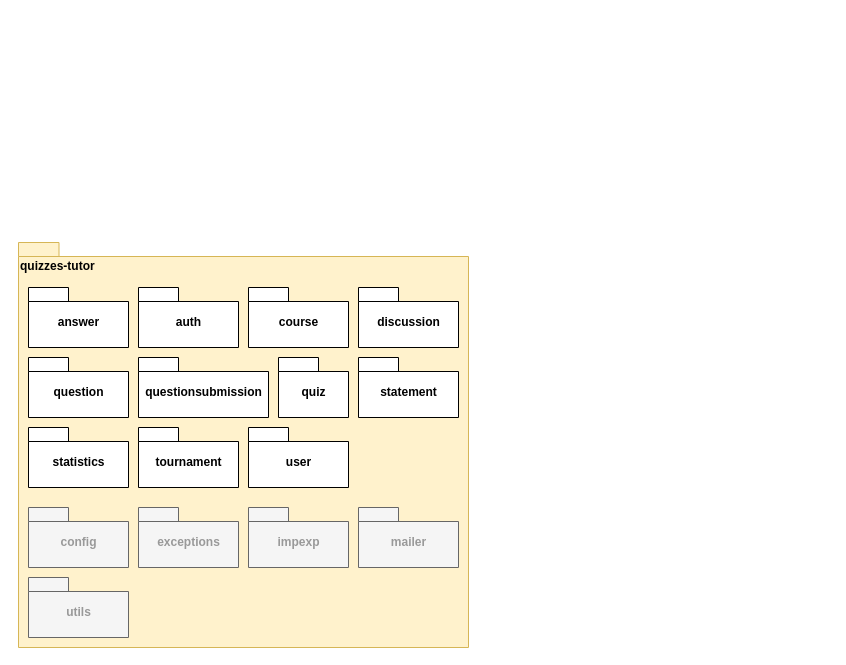
This is documentation/draw.io projects/Decomposition View Primary Presentation.drawio from dmmnjaws/ASoft-2020-2021-quizzes-tutor-arquitecture-documentation, a draw.io file, before an edit. Source tidied: cells renumbered, new cells numbered last; positions are measured from the earlier drawing's top-left corner, leaving out a move shared by most shapes. Both pictures are drawn from the tidied source at 100%, with x=0, y=0 at pixel (18, 242).
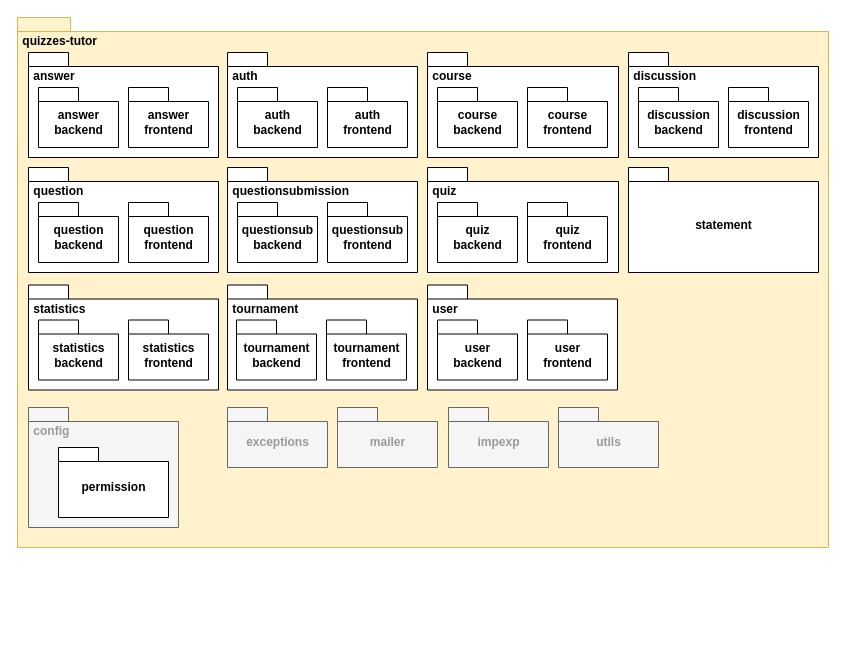
The same diagram, later.

Commit message (it also covers changes not shown here):
Update decomposition view. Added notes.

Change to the diagram source:
```diff
@@
-    <mxCell id="2" value="quizzes-tutor" style="shape=folder;fontStyle=1;spacingTop=10;tabWidth=40;tabHeight=14;tabPosition=left;html=1;labelPosition=center;verticalLabelPosition=middle;align=left;verticalAlign=top;fillColor=#fff2cc;strokeColor=#d6b656;" parent="1" vertex="1">
-      <mxGeometry width="450" height="405" as="geometry" />
+    <mxCell id="2" value="&amp;nbsp;quizzes-tutor" style="shape=folder;fontStyle=1;spacingTop=10;tabWidth=40;tabHeight=14;tabPosition=left;html=1;labelPosition=center;verticalLabelPosition=middle;align=left;verticalAlign=top;fillColor=#fff2cc;strokeColor=#d6b656;" parent="1" vertex="1">
+      <mxGeometry x="-1" y="-225" width="811" height="530" as="geometry" />
     </mxCell>
-    <mxCell id="3" value="answer" style="shape=folder;fontStyle=1;spacingTop=10;tabWidth=40;tabHeight=14;tabPosition=left;html=1;align=center;verticalAlign=middle;" parent="1" vertex="1">
-      <mxGeometry x="10" y="45" width="100" height="60" as="geometry" />
+    <mxCell id="3" value="&amp;nbsp;answer" style="shape=folder;fontStyle=1;spacingTop=10;tabWidth=40;tabHeight=14;tabPosition=left;html=1;align=left;verticalAlign=top;" parent="1" vertex="1">
+      <mxGeometry x="10" y="-190" width="190" height="105" as="geometry" />
     </mxCell>
-    <mxCell id="4" value="auth" style="shape=folder;fontStyle=1;spacingTop=10;tabWidth=40;tabHeight=14;tabPosition=left;html=1;align=center;verticalAlign=middle;" parent="1" vertex="1">
-      <mxGeometry x="120" y="45" width="100" height="60" as="geometry" />
+    <mxCell id="4" value="&amp;nbsp;auth" style="shape=folder;fontStyle=1;spacingTop=10;tabWidth=40;tabHeight=14;tabPosition=left;html=1;align=left;verticalAlign=top;" parent="1" vertex="1">
+      <mxGeometry x="209" y="-190" width="190" height="105" as="geometry" />
     </mxCell>
-    <mxCell id="5" value="config" style="shape=folder;fontStyle=1;spacingTop=10;tabWidth=40;tabHeight=14;tabPosition=left;html=1;align=center;verticalAlign=middle;fillColor=#f5f5f5;strokeColor=#666666;fontColor=#999999;" parent="1" vertex="1">
-      <mxGeometry x="10" y="265" width="100" height="60" as="geometry" />
+    <mxCell id="5" value="&amp;nbsp;config" style="shape=folder;fontStyle=1;spacingTop=10;tabWidth=40;tabHeight=14;tabPosition=left;html=1;align=left;verticalAlign=top;fillColor=#f5f5f5;strokeColor=#666666;fontColor=#999999;" parent="1" vertex="1">
+      <mxGeometry x="10" y="165" width="150" height="120" as="geometry" />
     </mxCell>
-    <mxCell id="6" value="course" style="shape=folder;fontStyle=1;spacingTop=10;tabWidth=40;tabHeight=14;tabPosition=left;html=1;align=center;verticalAlign=middle;" parent="1" vertex="1">
-      <mxGeometry x="230" y="45" width="100" height="60" as="geometry" />
+    <mxCell id="6" value="&amp;nbsp;course" style="shape=folder;fontStyle=1;spacingTop=10;tabWidth=40;tabHeight=14;tabPosition=left;html=1;align=left;verticalAlign=top;" parent="1" vertex="1">
+      <mxGeometry x="409" y="-190" width="191" height="105" as="geometry" />
     </mxCell>
-    <mxCell id="7" value="discussion" style="shape=folder;fontStyle=1;spacingTop=10;tabWidth=40;tabHeight=14;tabPosition=left;html=1;align=center;verticalAlign=middle;" parent="1" vertex="1">
-      <mxGeometry x="340" y="45" width="100" height="60" as="geometry" />
-    </mxCell>
     <mxCell id="8" value="exceptions" style="shape=folder;fontStyle=1;spacingTop=10;tabWidth=40;tabHeight=14;tabPosition=left;html=1;align=center;verticalAlign=middle;fillColor=#f5f5f5;strokeColor=#666666;fontColor=#999999;" parent="1" vertex="1">
-      <mxGeometry x="120" y="265" width="100" height="60" as="geometry" />
+      <mxGeometry x="209" y="165" width="100" height="60" as="geometry" />
     </mxCell>
     <mxCell id="9" value="impexp" style="shape=folder;fontStyle=1;spacingTop=10;tabWidth=40;tabHeight=14;tabPosition=left;html=1;align=center;verticalAlign=middle;fillColor=#f5f5f5;strokeColor=#666666;fontColor=#999999;" parent="1" vertex="1">
-      <mxGeometry x="230" y="265" width="100" height="60" as="geometry" />
+      <mxGeometry x="430" y="165" width="100" height="60" as="geometry" />
     </mxCell>
     <mxCell id="10" value="mailer" style="shape=folder;fontStyle=1;spacingTop=10;tabWidth=40;tabHeight=14;tabPosition=left;html=1;align=center;verticalAlign=middle;fillColor=#f5f5f5;strokeColor=#666666;fontColor=#999999;" parent="1" vertex="1">
-      <mxGeometry x="340" y="265" width="100" height="60" as="geometry" />
+      <mxGeometry x="319" y="165" width="100" height="60" as="geometry" />
     </mxCell>
-    <mxCell id="11" value="question" style="shape=folder;fontStyle=1;spacingTop=10;tabWidth=40;tabHeight=14;tabPosition=left;html=1;align=center;verticalAlign=middle;" parent="1" vertex="1">
-      <mxGeometry x="10" y="115" width="100" height="60" as="geometry" />
-    </mxCell>
-    <mxCell id="12" value="questionsubmission" style="shape=folder;fontStyle=1;spacingTop=10;tabWidth=40;tabHeight=14;tabPosition=left;html=1;align=center;verticalAlign=middle;" parent="1" vertex="1">
-      <mxGeometry x="120" y="115" width="130" height="60" as="geometry" />
-    </mxCell>
-    <mxCell id="13" value="quiz" style="shape=folder;fontStyle=1;spacingTop=10;tabWidth=40;tabHeight=14;tabPosition=left;html=1;align=center;verticalAlign=middle;" parent="1" vertex="1">
-      <mxGeometry x="260" y="115" width="70" height="60" as="geometry" />
-    </mxCell>
-    <mxCell id="14" value="statement" style="shape=folder;fontStyle=1;spacingTop=10;tabWidth=40;tabHeight=14;tabPosition=left;html=1;align=center;verticalAlign=middle;" parent="1" vertex="1">
-      <mxGeometry x="340" y="115" width="100" height="60" as="geometry" />
-    </mxCell>
-    <mxCell id="15" value="statistics" style="shape=folder;fontStyle=1;spacingTop=10;tabWidth=40;tabHeight=14;tabPosition=left;html=1;align=center;verticalAlign=middle;" parent="1" vertex="1">
-      <mxGeometry x="10" y="185" width="100" height="60" as="geometry" />
-    </mxCell>
-    <mxCell id="16" value="tournament" style="shape=folder;fontStyle=1;spacingTop=10;tabWidth=40;tabHeight=14;tabPosition=left;html=1;align=center;verticalAlign=middle;" parent="1" vertex="1">
-      <mxGeometry x="120" y="185" width="100" height="60" as="geometry" />
-    </mxCell>
-    <mxCell id="17" value="user" style="shape=folder;fontStyle=1;spacingTop=10;tabWidth=40;tabHeight=14;tabPosition=left;html=1;align=center;verticalAlign=middle;" parent="1" vertex="1">
-      <mxGeometry x="230" y="185" width="100" height="60" as="geometry" />
-    </mxCell>
     <mxCell id="18" value="utils" style="shape=folder;fontStyle=1;spacingTop=10;tabWidth=40;tabHeight=14;tabPosition=left;html=1;align=center;verticalAlign=middle;fillColor=#f5f5f5;strokeColor=#666666;fontColor=#999999;" parent="1" vertex="1">
-      <mxGeometry x="10" y="335" width="100" height="60" as="geometry" />
+      <mxGeometry x="540" y="165" width="100" height="60" as="geometry" />
     </mxCell>
@@
+    <mxCell id="20" value="auth&lt;br&gt;backend" style="shape=folder;fontStyle=1;spacingTop=10;tabWidth=40;tabHeight=14;tabPosition=left;html=1;align=center;verticalAlign=middle;" parent="1" vertex="1">
+      <mxGeometry x="219" y="-155" width="80" height="60" as="geometry" />
+    </mxCell>
+    <mxCell id="21" value="auth&lt;br&gt;frontend" style="shape=folder;fontStyle=1;spacingTop=10;tabWidth=40;tabHeight=14;tabPosition=left;html=1;align=center;verticalAlign=middle;" parent="1" vertex="1">
+      <mxGeometry x="309" y="-155" width="80" height="60" as="geometry" />
+    </mxCell>
+    <mxCell id="22" value="course&lt;br&gt;backend" style="shape=folder;fontStyle=1;spacingTop=10;tabWidth=40;tabHeight=14;tabPosition=left;html=1;align=center;verticalAlign=middle;" parent="1" vertex="1">
+      <mxGeometry x="419" y="-155" width="80" height="60" as="geometry" />
+    </mxCell>
+    <mxCell id="23" value="course&lt;br&gt;frontend" style="shape=folder;fontStyle=1;spacingTop=10;tabWidth=40;tabHeight=14;tabPosition=left;html=1;align=center;verticalAlign=middle;" parent="1" vertex="1">
+      <mxGeometry x="509" y="-155" width="80" height="60" as="geometry" />
+    </mxCell>
+    <mxCell id="24" value="answer&lt;br&gt;backend" style="shape=folder;fontStyle=1;spacingTop=10;tabWidth=40;tabHeight=14;tabPosition=left;html=1;align=center;verticalAlign=middle;" parent="1" vertex="1">
+      <mxGeometry x="20" y="-155" width="80" height="60" as="geometry" />
+    </mxCell>
+    <mxCell id="25" value="answer&lt;br&gt;frontend" style="shape=folder;fontStyle=1;spacingTop=10;tabWidth=40;tabHeight=14;tabPosition=left;html=1;align=center;verticalAlign=middle;" parent="1" vertex="1">
+      <mxGeometry x="110" y="-155" width="80" height="60" as="geometry" />
+    </mxCell>
+    <mxCell id="11" value="&amp;nbsp;question" style="shape=folder;fontStyle=1;spacingTop=10;tabWidth=40;tabHeight=14;tabPosition=left;html=1;align=left;verticalAlign=top;" parent="1" vertex="1">
+      <mxGeometry x="10" y="-75" width="190" height="105" as="geometry" />
+    </mxCell>
+    <mxCell id="26" value="question&lt;br&gt;backend" style="shape=folder;fontStyle=1;spacingTop=10;tabWidth=40;tabHeight=14;tabPosition=left;html=1;align=center;verticalAlign=middle;" parent="1" vertex="1">
+      <mxGeometry x="20" y="-40" width="80" height="60" as="geometry" />
+    </mxCell>
+    <mxCell id="27" value="question&lt;br&gt;frontend" style="shape=folder;fontStyle=1;spacingTop=10;tabWidth=40;tabHeight=14;tabPosition=left;html=1;align=center;verticalAlign=middle;" parent="1" vertex="1">
+      <mxGeometry x="110" y="-40" width="80" height="60" as="geometry" />
+    </mxCell>
+    <mxCell id="7" value="&amp;nbsp;discussion" style="shape=folder;fontStyle=1;spacingTop=10;tabWidth=40;tabHeight=14;tabPosition=left;html=1;align=left;verticalAlign=top;" parent="1" vertex="1">
+      <mxGeometry x="610" y="-190" width="190" height="105" as="geometry" />
+    </mxCell>
+    <mxCell id="28" value="discussion&lt;br&gt;backend" style="shape=folder;fontStyle=1;spacingTop=10;tabWidth=40;tabHeight=14;tabPosition=left;html=1;align=center;verticalAlign=middle;" parent="1" vertex="1">
+      <mxGeometry x="620" y="-155" width="80" height="60" as="geometry" />
+    </mxCell>
+    <mxCell id="29" value="discussion&lt;br&gt;frontend" style="shape=folder;fontStyle=1;spacingTop=10;tabWidth=40;tabHeight=14;tabPosition=left;html=1;align=center;verticalAlign=middle;" parent="1" vertex="1">
+      <mxGeometry x="710" y="-155" width="80" height="60" as="geometry" />
+    </mxCell>
+    <mxCell id="12" value="&amp;nbsp;questionsubmission" style="shape=folder;fontStyle=1;spacingTop=10;tabWidth=40;tabHeight=14;tabPosition=left;html=1;align=left;verticalAlign=top;" parent="1" vertex="1">
+      <mxGeometry x="209" y="-75" width="190" height="105" as="geometry" />
+    </mxCell>
+    <mxCell id="30" value="questionsub&lt;br&gt;backend" style="shape=folder;fontStyle=1;spacingTop=10;tabWidth=40;tabHeight=14;tabPosition=left;html=1;align=center;verticalAlign=middle;" parent="1" vertex="1">
+      <mxGeometry x="219" y="-40" width="80" height="60" as="geometry" />
+    </mxCell>
+    <mxCell id="31" value="questionsub&lt;br&gt;frontend" style="shape=folder;fontStyle=1;spacingTop=10;tabWidth=40;tabHeight=14;tabPosition=left;html=1;align=center;verticalAlign=middle;" parent="1" vertex="1">
+      <mxGeometry x="309" y="-40" width="80" height="60" as="geometry" />
+    </mxCell>
+    <mxCell id="13" value="&amp;nbsp;quiz" style="shape=folder;fontStyle=1;spacingTop=10;tabWidth=40;tabHeight=14;tabPosition=left;html=1;align=left;verticalAlign=top;" parent="1" vertex="1">
+      <mxGeometry x="409" y="-75" width="191" height="105" as="geometry" />
+    </mxCell>
+    <mxCell id="32" value="quiz&lt;br&gt;backend" style="shape=folder;fontStyle=1;spacingTop=10;tabWidth=40;tabHeight=14;tabPosition=left;html=1;align=center;verticalAlign=middle;" parent="1" vertex="1">
+      <mxGeometry x="419" y="-40" width="80" height="60" as="geometry" />
+    </mxCell>
+    <mxCell id="33" value="quiz&lt;br&gt;frontend" style="shape=folder;fontStyle=1;spacingTop=10;tabWidth=40;tabHeight=14;tabPosition=left;html=1;align=center;verticalAlign=middle;" parent="1" vertex="1">
+      <mxGeometry x="509" y="-40" width="80" height="60" as="geometry" />
+    </mxCell>
+    <mxCell id="15" value="&amp;nbsp;statistics" style="shape=folder;fontStyle=1;spacingTop=10;tabWidth=40;tabHeight=14;tabPosition=left;html=1;align=left;verticalAlign=top;" parent="1" vertex="1">
+      <mxGeometry x="10" y="42.5" width="190" height="105" as="geometry" />
+    </mxCell>
+    <mxCell id="34" value="statistics&lt;br&gt;backend" style="shape=folder;fontStyle=1;spacingTop=10;tabWidth=40;tabHeight=14;tabPosition=left;html=1;align=center;verticalAlign=middle;" parent="1" vertex="1">
+      <mxGeometry x="20" y="77.5" width="80" height="60" as="geometry" />
+    </mxCell>
+    <mxCell id="35" value="statistics&lt;br&gt;frontend" style="shape=folder;fontStyle=1;spacingTop=10;tabWidth=40;tabHeight=14;tabPosition=left;html=1;align=center;verticalAlign=middle;" parent="1" vertex="1">
+      <mxGeometry x="110" y="77.5" width="80" height="60" as="geometry" />
+    </mxCell>
+    <mxCell id="17" value="&amp;nbsp;user" style="shape=folder;fontStyle=1;spacingTop=10;tabWidth=40;tabHeight=14;tabPosition=left;html=1;align=left;verticalAlign=top;" parent="1" vertex="1">
+      <mxGeometry x="409" y="42.5" width="190" height="105" as="geometry" />
+    </mxCell>
+    <mxCell id="36" value="user&lt;br&gt;backend" style="shape=folder;fontStyle=1;spacingTop=10;tabWidth=40;tabHeight=14;tabPosition=left;html=1;align=center;verticalAlign=middle;" parent="1" vertex="1">
+      <mxGeometry x="419" y="77.5" width="80" height="60" as="geometry" />
+    </mxCell>
+    <mxCell id="37" value="user&lt;br&gt;frontend" style="shape=folder;fontStyle=1;spacingTop=10;tabWidth=40;tabHeight=14;tabPosition=left;html=1;align=center;verticalAlign=middle;" parent="1" vertex="1">
+      <mxGeometry x="509" y="77.5" width="80" height="60" as="geometry" />
+    </mxCell>
+    <mxCell id="14" value="statement" style="shape=folder;fontStyle=1;spacingTop=10;tabWidth=40;tabHeight=14;tabPosition=left;html=1;align=center;verticalAlign=middle;" parent="1" vertex="1">
+      <mxGeometry x="610" y="-75" width="190" height="105" as="geometry" />
+    </mxCell>
+    <mxCell id="38" value="permission" style="shape=folder;fontStyle=1;spacingTop=10;tabWidth=40;tabHeight=14;tabPosition=left;html=1;align=center;verticalAlign=middle;" parent="1" vertex="1">
+      <mxGeometry x="40" y="205" width="110" height="70" as="geometry" />
+    </mxCell>
+    <mxCell id="16" value="&amp;nbsp;tournament" style="shape=folder;fontStyle=1;spacingTop=10;tabWidth=40;tabHeight=14;tabPosition=left;html=1;align=left;verticalAlign=top;" parent="1" vertex="1">
+      <mxGeometry x="209" y="42.5" width="190" height="105" as="geometry" />
+    </mxCell>
+    <mxCell id="39" value="tournament&lt;br&gt;backend" style="shape=folder;fontStyle=1;spacingTop=10;tabWidth=40;tabHeight=14;tabPosition=left;html=1;align=center;verticalAlign=middle;" parent="1" vertex="1">
+      <mxGeometry x="218" y="77.5" width="80" height="60" as="geometry" />
+    </mxCell>
+    <mxCell id="40" value="tournament&lt;br&gt;frontend" style="shape=folder;fontStyle=1;spacingTop=10;tabWidth=40;tabHeight=14;tabPosition=left;html=1;align=center;verticalAlign=middle;" parent="1" vertex="1">
+      <mxGeometry x="308" y="77.5" width="80" height="60" as="geometry" />
+    </mxCell>
```
